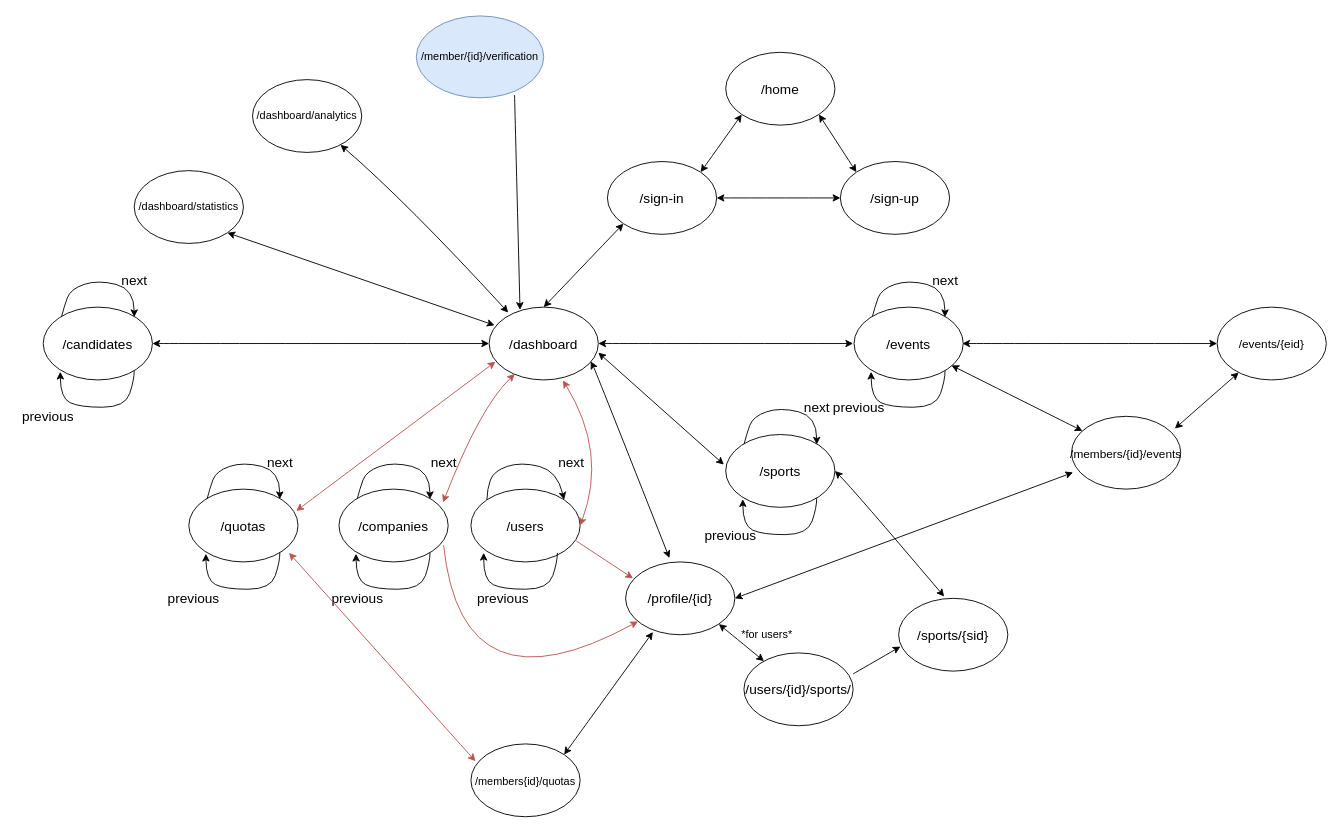
Before: docs/diagramaPS.drawio in BernardoFMF/surf-management-app, a draw.io diagram. Source tidied: cells renumbered, new cells numbered last; positions are measured from the earlier drawing's top-left corner, leaving out a move shared by most shapes. Both pictures are drawn from the tidied source at 91%, with x=0, y=0 at pixel (15, 15).
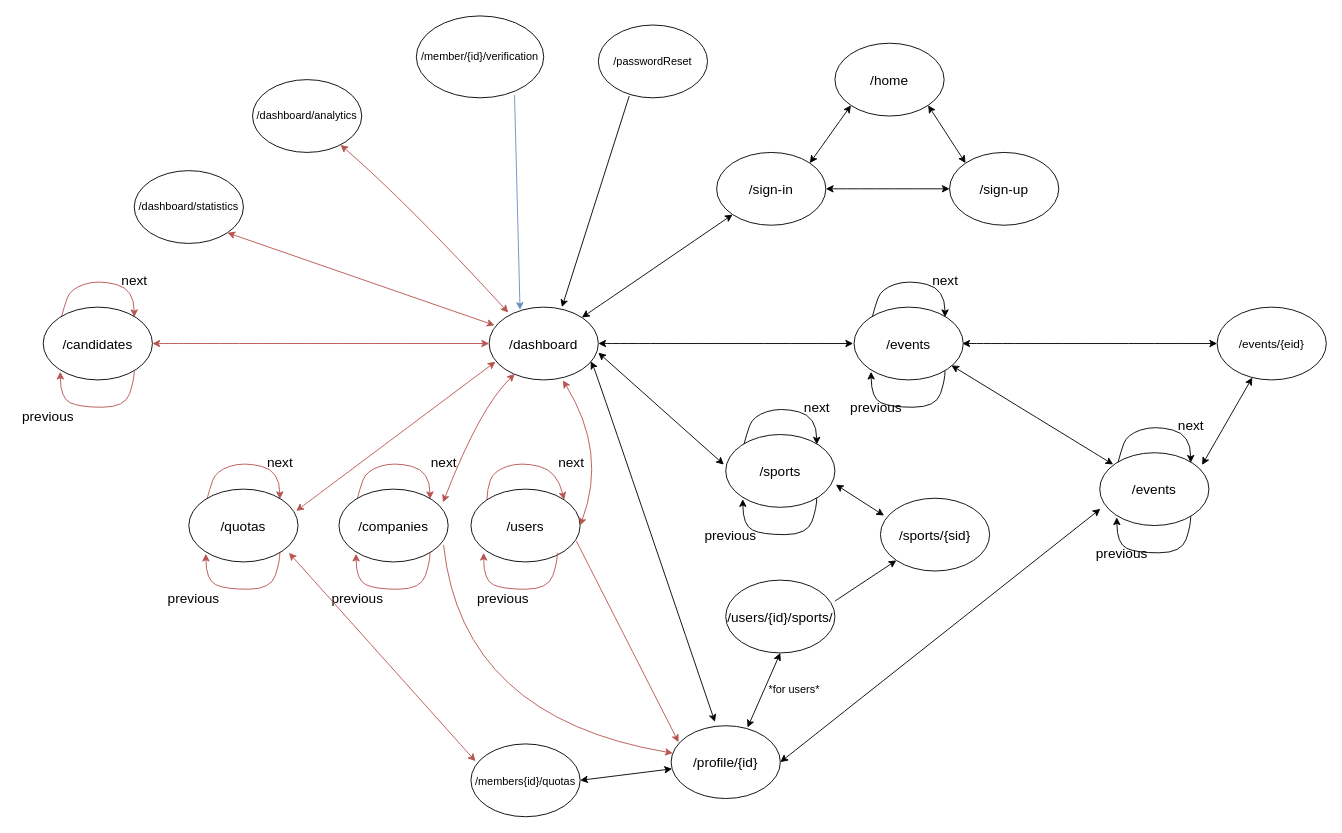
The same page after the edit.

Commit message (it also covers changes not shown here):
Route Diagram updated

Unchanged cells that the change refers to:
```xml
<mxCell id="9" value="/candidates" style="ellipse;whiteSpace=wrap;html=1;fontSize=15;" parent="1" vertex="1">
  <mxGeometry x="30" y="320" width="120" height="80" as="geometry" />
</mxCell>
<mxCell id="13" value="/sports" style="ellipse;whiteSpace=wrap;html=1;fontSize=15;" parent="1" vertex="1">
  <mxGeometry x="780" y="460" width="120" height="80" as="geometry" />
</mxCell>
<mxCell id="20" value="/users" style="ellipse;whiteSpace=wrap;html=1;fontSize=15;" parent="1" vertex="1">
  <mxGeometry x="500" y="520" width="120" height="80" as="geometry" />
</mxCell>
<mxCell id="24" value="/companies" style="ellipse;whiteSpace=wrap;html=1;fontSize=15;" parent="1" vertex="1">
  <mxGeometry x="355" y="520" width="120" height="80" as="geometry" />
</mxCell>
<mxCell id="29" value="/dashboard" style="ellipse;whiteSpace=wrap;html=1;fontSize=15;" parent="1" vertex="1">
  <mxGeometry x="520" y="320" width="120" height="80" as="geometry" />
</mxCell>
<mxCell id="44" value="/quotas" style="ellipse;whiteSpace=wrap;html=1;fontSize=15;" parent="1" vertex="1">
  <mxGeometry x="190" y="520" width="120" height="80" as="geometry" />
</mxCell>
<mxCell id="49" value="&lt;font style=&quot;font-size: 12px&quot;&gt;/members{id}/quotas&lt;/font&gt;" style="ellipse;whiteSpace=wrap;html=1;fontSize=15;" parent="1" vertex="1">
  <mxGeometry x="500" y="800" width="120" height="80" as="geometry" />
</mxCell>
<mxCell id="54" value="/dashboard/statistics" style="ellipse;whiteSpace=wrap;html=1;fontSize=12;" parent="1" vertex="1">
  <mxGeometry x="130" y="170" width="120" height="80" as="geometry" />
</mxCell>
<mxCell id="55" value="/dashboard/analytics" style="ellipse;whiteSpace=wrap;html=1;fontSize=12;" parent="1" vertex="1">
  <mxGeometry x="260" y="70" width="120" height="80" as="geometry" />
</mxCell>
<mxCell id="63" value="/events/{eid}" style="ellipse;whiteSpace=wrap;html=1;fontSize=13;" parent="1" vertex="1">
  <mxGeometry x="1320" y="320" width="120" height="80" as="geometry" />
</mxCell>
```

The edit, as a diff of the source:
```diff
@@
-    <mxCell id="2" style="endArrow=classic;html=1;fontSize=15;exitX=0;exitY=0;exitDx=0;exitDy=0;entryX=0.785;entryY=0.104;entryDx=0;entryDy=0;entryPerimeter=0;curved=1;shadow=0;sketch=0;" parent="1" edge="1">
+    <mxCell id="2" style="endArrow=classic;html=1;fontSize=15;exitX=0;exitY=0;exitDx=0;exitDy=0;entryX=0.785;entryY=0.104;entryDx=0;entryDy=0;entryPerimeter=0;curved=1;shadow=0;sketch=0;fillColor=#f8cecc;strokeColor=#b85450;" parent="1" edge="1">
       <mxGeometry relative="1" as="geometry">
         <mxPoint x="50" y="331" as="sourcePoint" />
         <mxPoint x="130" y="331" as="targetPoint" />
         <Array as="points">
           <mxPoint x="52.8" y="320" />
           <mxPoint x="60" y="300" />
           <mxPoint x="90" y="290" />
           <mxPoint x="130" y="300" />
         </Array>
       </mxGeometry>
     </mxCell>
     <mxCell id="3" value="&lt;font style=&quot;font-size: 15px&quot;&gt;/home&lt;/font&gt;" style="ellipse;whiteSpace=wrap;html=1;" parent="1" vertex="1">
-      <mxGeometry x="780" y="40" width="120" height="80" as="geometry" />
+      <mxGeometry x="900" y="30" width="120" height="80" as="geometry" />
     </mxCell>
     <mxCell id="4" value="/sign-in" style="ellipse;whiteSpace=wrap;html=1;fontSize=15;" parent="1" vertex="1">
-      <mxGeometry x="650" y="160" width="120" height="80" as="geometry" />
+      <mxGeometry x="770" y="150" width="120" height="80" as="geometry" />
     </mxCell>
     <mxCell id="5" value="/sign-up" style="ellipse;whiteSpace=wrap;html=1;fontSize=15;" parent="1" vertex="1">
-      <mxGeometry x="906" y="160" width="120" height="80" as="geometry" />
+      <mxGeometry x="1026" y="150" width="120" height="80" as="geometry" />
     </mxCell>
     <mxCell id="6" value="/profile/{id}" style="ellipse;whiteSpace=wrap;html=1;fontSize=15;" parent="1" vertex="1">
-      <mxGeometry x="670" y="600" width="120" height="80" as="geometry" />
+      <mxGeometry x="720" y="780" width="120" height="80" as="geometry" />
     </mxCell>
     <mxCell id="7" value="/users/{id}/sports/" style="ellipse;whiteSpace=wrap;html=1;fontSize=15;" parent="1" vertex="1">
-      <mxGeometry x="800" y="700" width="120" height="80" as="geometry" />
+      <mxGeometry x="780" y="620" width="120" height="80" as="geometry" />
     </mxCell>
@@
-    <mxCell id="10" style="curved=1;endArrow=classic;html=1;shadow=0;sketch=0;fontSize=15;entryX=0.156;entryY=0.888;entryDx=0;entryDy=0;entryPerimeter=0;" parent="1" edge="1" target="9">
+    <mxCell id="10" style="curved=1;endArrow=classic;html=1;shadow=0;sketch=0;fontSize=15;entryX=0.156;entryY=0.888;entryDx=0;entryDy=0;entryPerimeter=0;fillColor=#f8cecc;strokeColor=#b85450;" parent="1" edge="1" target="9">
       <mxGeometry relative="1" as="geometry">
         <mxPoint x="130" y="390" as="sourcePoint" />
         <Array as="points">
           <mxPoint x="130" y="400" />
           <mxPoint x="120" y="430" />
           <mxPoint x="70" y="430" />
           <mxPoint x="49" y="420" />
         </Array>
       </mxGeometry>
     </mxCell>
@@
     <mxCell id="17" value="/sports/{sid}" style="ellipse;whiteSpace=wrap;html=1;fontSize=15;" parent="1" vertex="1">
-      <mxGeometry x="970" y="640" width="120" height="80" as="geometry" />
+      <mxGeometry x="950" y="530" width="120" height="80" as="geometry" />
     </mxCell>
-    <mxCell id="18" style="endArrow=classic;startArrow=classic;html=1;shadow=0;sketch=0;fontSize=15;curved=1;exitX=1;exitY=0.5;exitDx=0;exitDy=0;entryX=0.417;entryY=-0.025;entryDx=0;entryDy=0;entryPerimeter=0;" parent="1" edge="1" source="13" target="17">
-      <mxGeometry relative="1" as="geometry">
-        <Array as="points">
-          <mxPoint x="920" y="520" />
-        </Array>
-      </mxGeometry>
-    </mxCell>
-    <mxCell id="19" style="endArrow=classic;html=1;fontSize=15;exitX=0;exitY=0;exitDx=0;exitDy=0;entryX=1;entryY=0;entryDx=0;entryDy=0;curved=1;shadow=0;sketch=0;" parent="1" edge="1" source="20" target="20">
+    <mxCell id="19" style="endArrow=classic;html=1;fontSize=15;exitX=0;exitY=0;exitDx=0;exitDy=0;entryX=1;entryY=0;entryDx=0;entryDy=0;curved=1;shadow=0;sketch=0;fillColor=#f8cecc;strokeColor=#b85450;" parent="1" edge="1" source="20" target="20">
       <mxGeometry relative="1" as="geometry">
         <Array as="points">
           <mxPoint x="517.8" y="520" />
           <mxPoint x="525" y="500" />
           <mxPoint x="555" y="490" />
           <mxPoint x="595" y="500" />
         </Array>
       </mxGeometry>
     </mxCell>
@@
-    <mxCell id="22" style="curved=1;endArrow=classic;html=1;shadow=0;sketch=0;fontSize=15;" parent="1" edge="1">
+    <mxCell id="22" style="curved=1;endArrow=classic;html=1;shadow=0;sketch=0;fontSize=15;fillColor=#f8cecc;strokeColor=#b85450;" parent="1" edge="1">
       <mxGeometry relative="1" as="geometry">
         <mxPoint x="595" y="590" as="sourcePoint" />
         <mxPoint x="514" y="590" as="targetPoint" />
         <Array as="points">
           <mxPoint x="595" y="600" />
           <mxPoint x="585" y="630" />
           <mxPoint x="535" y="630" />
           <mxPoint x="514" y="620" />
         </Array>
       </mxGeometry>
     </mxCell>
-    <mxCell id="23" style="endArrow=classic;html=1;fontSize=15;exitX=0;exitY=0;exitDx=0;exitDy=0;entryX=0.785;entryY=0.104;entryDx=0;entryDy=0;entryPerimeter=0;curved=1;shadow=0;sketch=0;" parent="1" edge="1">
+    <mxCell id="23" style="endArrow=classic;html=1;fontSize=15;exitX=0;exitY=0;exitDx=0;exitDy=0;entryX=0.785;entryY=0.104;entryDx=0;entryDy=0;entryPerimeter=0;curved=1;shadow=0;sketch=0;fillColor=#f8cecc;strokeColor=#b85450;" parent="1" edge="1">
       <mxGeometry relative="1" as="geometry">
         <mxPoint x="375" y="531" as="sourcePoint" />
         <mxPoint x="455" y="531" as="targetPoint" />
         <Array as="points">
           <mxPoint x="377.8" y="520" />
           <mxPoint x="385" y="500" />
           <mxPoint x="415" y="490" />
           <mxPoint x="455" y="500" />
         </Array>
       </mxGeometry>
     </mxCell>
@@
-    <mxCell id="26" style="curved=1;endArrow=classic;html=1;shadow=0;sketch=0;fontSize=15;entryX=0.156;entryY=0.888;entryDx=0;entryDy=0;entryPerimeter=0;" parent="1" edge="1" target="24">
+    <mxCell id="26" style="curved=1;endArrow=classic;html=1;shadow=0;sketch=0;fontSize=15;entryX=0.156;entryY=0.888;entryDx=0;entryDy=0;entryPerimeter=0;fillColor=#f8cecc;strokeColor=#b85450;" parent="1" edge="1" target="24">
       <mxGeometry relative="1" as="geometry">
         <mxPoint x="455" y="590" as="sourcePoint" />
         <Array as="points">
           <mxPoint x="455" y="600" />
           <mxPoint x="445" y="630" />
           <mxPoint x="395" y="630" />
           <mxPoint x="374" y="620" />
         </Array>
       </mxGeometry>
     </mxCell>
@@
-    <mxCell id="30" style="endArrow=classic;startArrow=classic;html=1;shadow=0;sketch=0;fontSize=15;curved=1;entryX=0;entryY=1;entryDx=0;entryDy=0;exitX=0.5;exitY=0;exitDx=0;exitDy=0;" parent="1" edge="1" source="29" target="4">
+    <mxCell id="30" style="endArrow=classic;startArrow=classic;html=1;shadow=0;sketch=0;fontSize=15;curved=1;entryX=0;entryY=1;entryDx=0;entryDy=0;" parent="1" edge="1" source="29" target="4">
       <mxGeometry relative="1" as="geometry" />
     </mxCell>
-    <mxCell id="31" style="endArrow=classic;startArrow=classic;html=1;shadow=0;sketch=0;fontSize=15;curved=1;exitX=1;exitY=0.5;exitDx=0;exitDy=0;entryX=0;entryY=0.5;entryDx=0;entryDy=0;" parent="1" edge="1" source="9" target="29">
+    <mxCell id="31" style="endArrow=classic;startArrow=classic;html=1;shadow=0;sketch=0;fontSize=15;curved=1;exitX=1;exitY=0.5;exitDx=0;exitDy=0;entryX=0;entryY=0.5;entryDx=0;entryDy=0;fillColor=#f8cecc;strokeColor=#b85450;" parent="1" edge="1" source="9" target="29">
       <mxGeometry relative="1" as="geometry" />
     </mxCell>
@@
-    <mxCell id="41" style="endArrow=classic;startArrow=classic;html=1;shadow=0;sketch=0;fontSize=15;curved=1;exitX=1;exitY=1;exitDx=0;exitDy=0;" parent="1" edge="1" source="6" target="7">
-      <mxGeometry relative="1" as="geometry" />
-    </mxCell>
-    <mxCell id="42" style="endArrow=classic;html=1;shadow=0;sketch=0;fontSize=15;curved=1;exitX=1;exitY=0.288;exitDx=0;exitDy=0;exitPerimeter=0;entryX=0.017;entryY=0.663;entryDx=0;entryDy=0;entryPerimeter=0;" parent="1" edge="1" source="7" target="17">
+    <mxCell id="42" style="endArrow=classic;html=1;shadow=0;sketch=0;fontSize=15;curved=1;exitX=1;exitY=0.288;exitDx=0;exitDy=0;exitPerimeter=0;entryX=0;entryY=1;entryDx=0;entryDy=0;" parent="1" edge="1" source="7" target="17">
       <mxGeometry relative="1" as="geometry" />
     </mxCell>
-    <mxCell id="43" style="endArrow=classic;html=1;fontSize=15;exitX=0;exitY=0;exitDx=0;exitDy=0;entryX=0.785;entryY=0.104;entryDx=0;entryDy=0;entryPerimeter=0;curved=1;shadow=0;sketch=0;" parent="1" edge="1">
+    <mxCell id="43" style="endArrow=classic;html=1;fontSize=15;exitX=0;exitY=0;exitDx=0;exitDy=0;entryX=0.785;entryY=0.104;entryDx=0;entryDy=0;entryPerimeter=0;curved=1;shadow=0;sketch=0;fillColor=#f8cecc;strokeColor=#b85450;" parent="1" edge="1">
       <mxGeometry relative="1" as="geometry">
         <mxPoint x="210" y="531" as="sourcePoint" />
         <mxPoint x="290" y="531" as="targetPoint" />
         <Array as="points">
           <mxPoint x="212.8" y="520" />
           <mxPoint x="220" y="500" />
           <mxPoint x="250" y="490" />
           <mxPoint x="290" y="500" />
         </Array>
       </mxGeometry>
     </mxCell>
@@
-    <mxCell id="45" style="curved=1;endArrow=classic;html=1;shadow=0;sketch=0;fontSize=15;entryX=0.156;entryY=0.888;entryDx=0;entryDy=0;entryPerimeter=0;" parent="1" edge="1" target="44">
+    <mxCell id="45" style="curved=1;endArrow=classic;html=1;shadow=0;sketch=0;fontSize=15;entryX=0.156;entryY=0.888;entryDx=0;entryDy=0;entryPerimeter=0;fillColor=#f8cecc;strokeColor=#b85450;" parent="1" edge="1" target="44">
       <mxGeometry relative="1" as="geometry">
         <mxPoint x="290" y="590" as="sourcePoint" />
         <Array as="points">
           <mxPoint x="290" y="600" />
           <mxPoint x="280" y="630" />
           <mxPoint x="230" y="630" />
           <mxPoint x="209" y="620" />
         </Array>
       </mxGeometry>
     </mxCell>
@@
-    <mxCell id="50" style="endArrow=classic;startArrow=classic;html=1;shadow=0;sketch=0;fontSize=12;curved=1;entryX=0.25;entryY=0.963;entryDx=0;entryDy=0;entryPerimeter=0;exitX=1;exitY=0;exitDx=0;exitDy=0;" parent="1" edge="1" source="49" target="6">
+    <mxCell id="50" style="endArrow=classic;startArrow=classic;html=1;shadow=0;sketch=0;fontSize=12;curved=1;exitX=1;exitY=0.5;exitDx=0;exitDy=0;" parent="1" edge="1" source="49" target="6">
       <mxGeometry relative="1" as="geometry" />
     </mxCell>
@@
-    <mxCell id="52" value="/member/{id}/verification" style="ellipse;whiteSpace=wrap;html=1;fontSize=12;fillColor=#dae8fc;strokeColor=#6c8ebf;" parent="1" vertex="1">
+    <mxCell id="52" value="/member/{id}/verification" style="ellipse;whiteSpace=wrap;html=1;fontSize=12;" parent="1" vertex="1">
       <mxGeometry x="440" width="140" height="90" as="geometry" />
     </mxCell>
-    <mxCell id="53" style="endArrow=classic;html=1;shadow=0;sketch=0;fontSize=12;curved=1;exitX=0.771;exitY=0.967;exitDx=0;exitDy=0;exitPerimeter=0;entryX=0.283;entryY=0.038;entryDx=0;entryDy=0;entryPerimeter=0;" parent="1" edge="1" source="52" target="29">
+    <mxCell id="53" style="endArrow=classic;html=1;shadow=0;sketch=0;fontSize=12;curved=1;exitX=0.771;exitY=0.967;exitDx=0;exitDy=0;exitPerimeter=0;entryX=0.283;entryY=0.038;entryDx=0;entryDy=0;entryPerimeter=0;fillColor=#dae8fc;strokeColor=#6c8ebf;" parent="1" edge="1" source="52" target="29">
       <mxGeometry relative="1" as="geometry" />
     </mxCell>
@@
-    <mxCell id="56" style="endArrow=classic;startArrow=classic;html=1;shadow=0;sketch=0;fontSize=12;curved=1;exitX=0.175;exitY=0.075;exitDx=0;exitDy=0;exitPerimeter=0;" parent="1" edge="1" source="29" target="55">
+    <mxCell id="56" style="endArrow=classic;startArrow=classic;html=1;shadow=0;sketch=0;fontSize=12;curved=1;exitX=0.175;exitY=0.075;exitDx=0;exitDy=0;exitPerimeter=0;fillColor=#f8cecc;strokeColor=#b85450;" parent="1" edge="1" source="29" target="55">
       <mxGeometry relative="1" as="geometry">
         <Array as="points">
           <mxPoint x="430" y="205" />
         </Array>
       </mxGeometry>
     </mxCell>
-    <mxCell id="57" style="endArrow=classic;startArrow=classic;html=1;shadow=0;sketch=0;fontSize=12;curved=1;entryX=1;entryY=1;entryDx=0;entryDy=0;exitX=0.05;exitY=0.25;exitDx=0;exitDy=0;exitPerimeter=0;" parent="1" edge="1" source="29" target="54">
+    <mxCell id="57" style="endArrow=classic;startArrow=classic;html=1;shadow=0;sketch=0;fontSize=12;curved=1;entryX=1;entryY=1;entryDx=0;entryDy=0;exitX=0.05;exitY=0.25;exitDx=0;exitDy=0;exitPerimeter=0;fillColor=#f8cecc;strokeColor=#b85450;" parent="1" edge="1" source="29" target="54">
       <mxGeometry relative="1" as="geometry" />
     </mxCell>
     <mxCell id="58" value="*for users*" style="text;html=1;align=center;verticalAlign=middle;strokeColor=none;fillColor=none;fontSize=12;" parent="1" vertex="1">
-      <mxGeometry x="790" y="670" width="70" height="20" as="geometry" />
+      <mxGeometry x="820" y="730" width="70" height="20" as="geometry" />
     </mxCell>
@@
-    <mxCell id="60" value="&lt;font style=&quot;font-size: 13px&quot;&gt;/members/{id}/events&lt;/font&gt;" style="ellipse;whiteSpace=wrap;html=1;fontSize=15;" parent="1" vertex="1">
-      <mxGeometry x="1160" y="440" width="120" height="80" as="geometry" />
-    </mxCell>
-    <mxCell id="61" style="endArrow=classic;startArrow=classic;html=1;shadow=0;sketch=0;fontSize=15;curved=1;exitX=1;exitY=0.5;exitDx=0;exitDy=0;entryX=0.014;entryY=0.771;entryDx=0;entryDy=0;entryPerimeter=0;" parent="1" edge="1" source="6" target="60">
-      <mxGeometry relative="1" as="geometry" />
+    <mxCell id="61" style="endArrow=classic;startArrow=classic;html=1;shadow=0;sketch=0;fontSize=15;curved=1;exitX=1;exitY=0.5;exitDx=0;exitDy=0;entryX=0.014;entryY=0.771;entryDx=0;entryDy=0;entryPerimeter=0;" parent="1" edge="1" source="6">
+      <mxGeometry relative="1" as="geometry">
+        <mxPoint x="1191.7" y="541.7" as="targetPoint" />
+      </mxGeometry>
     </mxCell>
-    <mxCell id="62" style="endArrow=classic;startArrow=classic;html=1;shadow=0;sketch=0;fontSize=13;curved=1;" parent="1" edge="1" source="60">
+    <mxCell id="62" style="endArrow=classic;startArrow=classic;html=1;shadow=0;sketch=0;fontSize=13;curved=1;" parent="1" edge="1">
       <mxGeometry relative="1" as="geometry">
+        <mxPoint x="1205.8" y="492.9" as="sourcePoint" />
         <mxPoint x="1028" y="384" as="targetPoint" />
       </mxGeometry>
     </mxCell>
@@
-    <mxCell id="64" style="endArrow=classic;startArrow=classic;html=1;shadow=0;sketch=0;fontSize=13;curved=1;exitX=0.946;exitY=0.168;exitDx=0;exitDy=0;exitPerimeter=0;" parent="1" edge="1" source="60" target="63">
-      <mxGeometry relative="1" as="geometry" />
+    <mxCell id="64" style="endArrow=classic;startArrow=classic;html=1;shadow=0;sketch=0;fontSize=13;curved=1;exitX=0.946;exitY=0.168;exitDx=0;exitDy=0;exitPerimeter=0;" parent="1" edge="1" target="63">
+      <mxGeometry relative="1" as="geometry">
+        <mxPoint x="1303.5" y="493.4" as="sourcePoint" />
+      </mxGeometry>
     </mxCell>
@@
     <mxCell id="70" value="previous" style="text;html=1;align=center;verticalAlign=middle;strokeColor=none;fillColor=none;fontSize=15;" parent="1" vertex="1">
-      <mxGeometry x="891" y="420" width="70" height="20" as="geometry" />
+      <mxGeometry x="910" y="420" width="70" height="20" as="geometry" />
     </mxCell>
+    <mxCell id="41" style="endArrow=classic;startArrow=classic;html=1;rounded=0;entryX=0.5;entryY=1;entryDx=0;entryDy=0;exitX=0.7;exitY=0.025;exitDx=0;exitDy=0;exitPerimeter=0;" parent="1" edge="1" source="6" target="7">
+      <mxGeometry relative="1" as="geometry" />
+    </mxCell>
+    <mxCell id="71" style="endArrow=classic;startArrow=classic;html=1;rounded=0;exitX=0.033;exitY=0.238;exitDx=0;exitDy=0;exitPerimeter=0;entryX=1.008;entryY=0.688;entryDx=0;entryDy=0;entryPerimeter=0;" parent="1" edge="1" source="17" target="13">
+      <mxGeometry relative="1" as="geometry" />
+    </mxCell>
+    <mxCell id="72" value="/passwordReset" style="ellipse;whiteSpace=wrap;html=1;" parent="1" vertex="1">
+      <mxGeometry x="640" y="10" width="120" height="80" as="geometry" />
+    </mxCell>
+    <mxCell id="73" style="endArrow=classic;html=1;rounded=0;exitX=0.283;exitY=0.975;exitDx=0;exitDy=0;exitPerimeter=0;entryX=0.667;entryY=0;entryDx=0;entryDy=0;entryPerimeter=0;" parent="1" edge="1" source="72" target="29">
+      <mxGeometry relative="1" as="geometry" />
+    </mxCell>
+    <mxCell id="74" style="endArrow=classic;html=1;fontSize=15;exitX=0;exitY=0;exitDx=0;exitDy=0;entryX=0.785;entryY=0.104;entryDx=0;entryDy=0;entryPerimeter=0;curved=1;shadow=0;sketch=0;" parent="1" edge="1">
+      <mxGeometry relative="1" as="geometry">
+        <mxPoint x="1211" y="491" as="sourcePoint" />
+        <mxPoint x="1291" y="491" as="targetPoint" />
+        <Array as="points">
+          <mxPoint x="1213.8" y="480" />
+          <mxPoint x="1221" y="460" />
+          <mxPoint x="1251" y="450" />
+          <mxPoint x="1291" y="460" />
+        </Array>
+      </mxGeometry>
+    </mxCell>
+    <mxCell id="75" value="/events" style="ellipse;whiteSpace=wrap;html=1;fontSize=15;" parent="1" vertex="1">
+      <mxGeometry x="1191" y="480" width="120" height="80" as="geometry" />
+    </mxCell>
+    <mxCell id="76" value="next" style="text;html=1;align=center;verticalAlign=middle;strokeColor=none;fillColor=none;fontSize=15;" parent="1" vertex="1">
+      <mxGeometry x="1271" y="440" width="40" height="20" as="geometry" />
+    </mxCell>
+    <mxCell id="77" style="curved=1;endArrow=classic;html=1;shadow=0;sketch=0;fontSize=15;entryX=0.156;entryY=0.888;entryDx=0;entryDy=0;entryPerimeter=0;" parent="1" edge="1" target="75">
+      <mxGeometry relative="1" as="geometry">
+        <mxPoint x="1291" y="550" as="sourcePoint" />
+        <Array as="points">
+          <mxPoint x="1291" y="560" />
+          <mxPoint x="1281" y="590" />
+          <mxPoint x="1231" y="590" />
+          <mxPoint x="1210" y="580" />
+        </Array>
+      </mxGeometry>
+    </mxCell>
+    <mxCell id="78" value="previous" style="text;html=1;align=center;verticalAlign=middle;strokeColor=none;fillColor=none;fontSize=15;" parent="1" vertex="1">
+      <mxGeometry x="1180" y="580" width="70" height="20" as="geometry" />
+    </mxCell>
```
